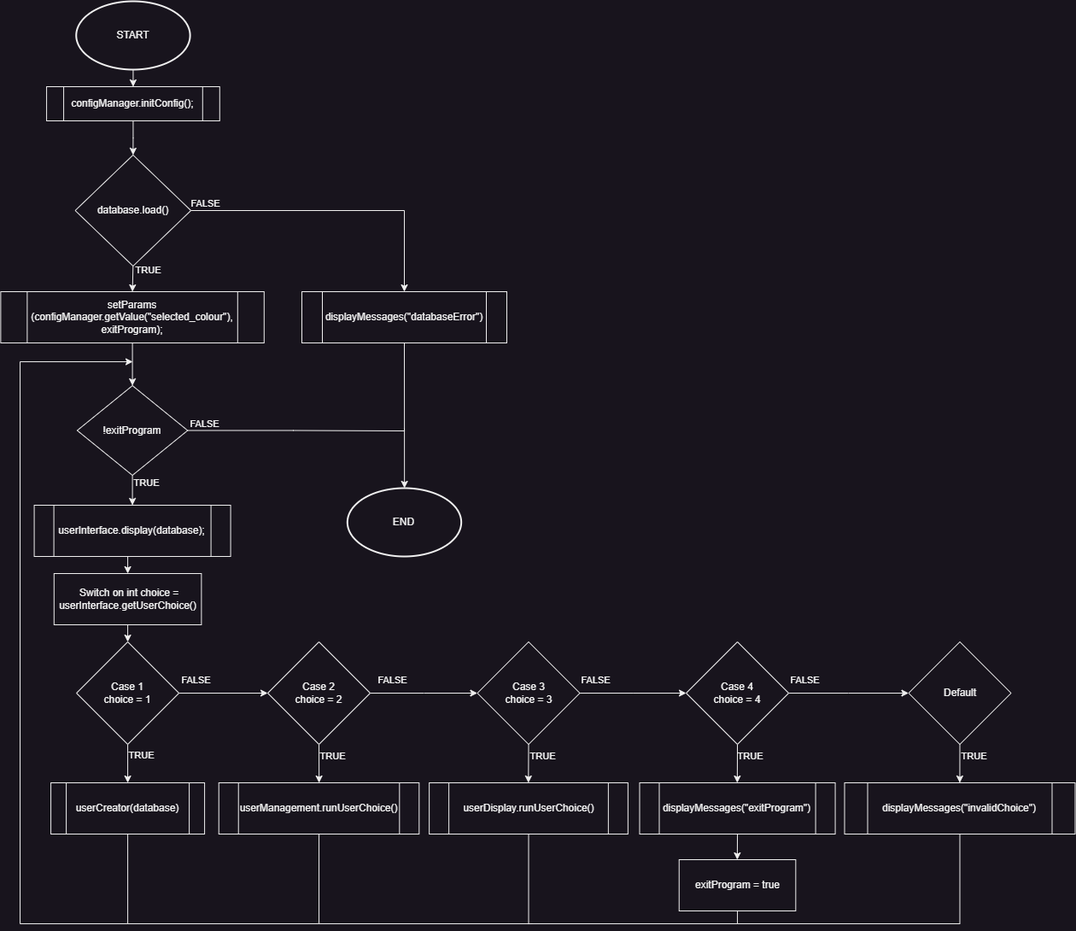
Before: Doc/Block_Schemes/MAIN_DARK.png, a diagram exported from draw.io (HyperekDerg/HiveHub). Source tidied: cells renumbered, new cells last; positions are measured from the earlier drawing's top-left corner, leaving out a move shared by most shapes.
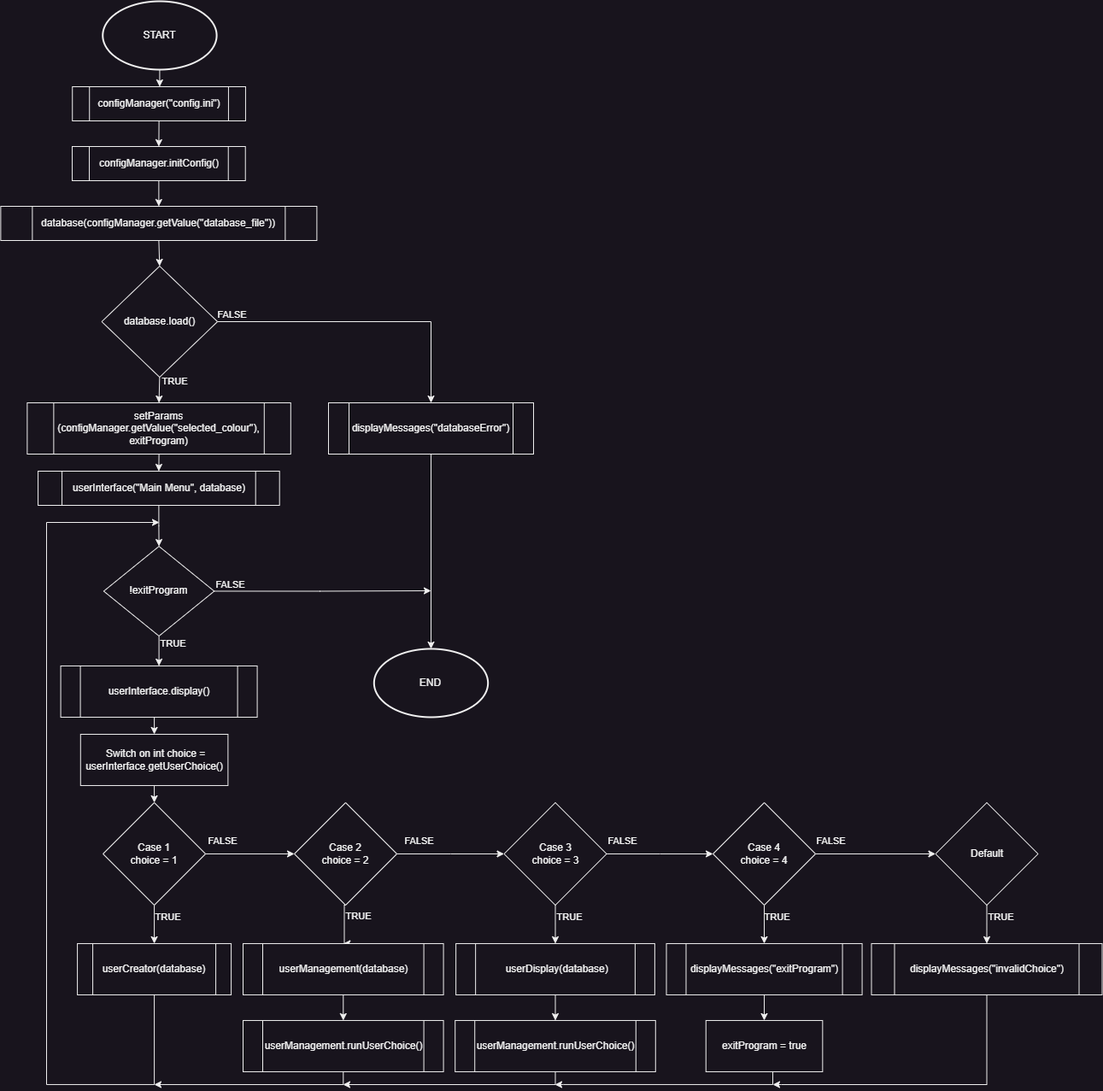
Above is the later version.

Diff of the diagram source:
```diff
@@ -2,17 +2,17 @@
   <root>
     <mxCell id="0" />
     <mxCell id="1" parent="0" />
-    <mxCell id="2" style="edgeStyle=orthogonalEdgeStyle;rounded=0;jettySize=auto;html=1;entryX=0.5;entryY=0;entryDx=0;entryDy=0;" parent="1" edge="1" source="3" target="5">
-      <mxGeometry relative="1" as="geometry" />
-    </mxCell>
+    <mxCell id="60" style="edgeStyle=orthogonalEdgeStyle;rounded=0;jettySize=auto;html=1;exitX=0.5;exitY=1;exitDx=0;exitDy=0;exitPerimeter=0;" parent="1" edge="1" source="3" target="65">
+      <mxGeometry relative="1" as="geometry" />
+    </mxCell>
     <mxCell id="3" value="START" style="strokeWidth=2;html=1;shape=mxgraph.flowchart.start_1;whiteSpace=wrap;" parent="1" vertex="1">
-      <mxGeometry x="88.8" width="133.3" height="80" as="geometry" />
+      <mxGeometry x="88.8" y="-188" width="133.3" height="80" as="geometry" />
     </mxCell>
-    <mxCell id="4" style="edgeStyle=orthogonalEdgeStyle;rounded=0;jettySize=auto;html=1;exitX=0.5;exitY=1;exitDx=0;exitDy=0;entryX=0.5;entryY=0;entryDx=0;entryDy=0;" parent="1" edge="1" source="5" target="10">
-      <mxGeometry relative="1" as="geometry" />
-    </mxCell>
+    <mxCell id="61" style="edgeStyle=orthogonalEdgeStyle;rounded=0;jettySize=auto;html=1;exitX=0.5;exitY=1;exitDx=0;exitDy=0;entryX=0.5;entryY=0;entryDx=0;entryDy=0;" parent="1" edge="1" source="5" target="67">
+      <mxGeometry relative="1" as="geometry" />
+    </mxCell>
-    <mxCell id="5" value="&lt;div&gt;configManager.initConfig();&lt;/div&gt;" style="shape=process;whiteSpace=wrap;html=1;backgroundOutline=1;" parent="1" vertex="1">
-      <mxGeometry x="54.1" y="100" width="202.7" height="40" as="geometry" />
+    <mxCell id="5" value="&lt;div&gt;configManager.initConfig()&lt;/div&gt;" style="shape=process;whiteSpace=wrap;html=1;backgroundOutline=1;" parent="1" vertex="1">
+      <mxGeometry x="53" y="-18" width="202.7" height="40" as="geometry" />
     </mxCell>
     <mxCell id="6" style="edgeStyle=orthogonalEdgeStyle;rounded=0;jettySize=auto;html=1;exitX=1;exitY=0.5;exitDx=0;exitDy=0;entryX=0.5;entryY=0;entryDx=0;entryDy=0;" parent="1" edge="1" source="10" target="11">
       <mxGeometry relative="1" as="geometry" />
@@ -31,14 +31,11 @@
       </mxGeometry>
     </mxCell>
     <mxCell id="10" value="database.load()" style="rhombus;whiteSpace=wrap;html=1;" parent="1" vertex="1">
-      <mxGeometry x="87.6" y="180" width="135.5" height="130" as="geometry" />
+      <mxGeometry x="87.6" y="122" width="135.5" height="130" as="geometry" />
     </mxCell>
     <mxCell id="11" value="displayMessages(&quot;databaseError&quot;)" style="shape=process;whiteSpace=wrap;html=1;backgroundOutline=1;" parent="1" vertex="1">
-      <mxGeometry x="353" y="340" width="240" height="60" as="geometry" />
+      <mxGeometry x="353" y="282" width="240" height="60" as="geometry" />
     </mxCell>
-    <mxCell id="12" style="edgeStyle=orthogonalEdgeStyle;rounded=0;jettySize=auto;html=1;exitX=0.5;exitY=1;exitDx=0;exitDy=0;entryX=0.5;entryY=0;entryDx=0;entryDy=0;" parent="1" edge="1" source="57" target="15">
-      <mxGeometry relative="1" as="geometry" />
-    </mxCell>
     <mxCell id="13" style="edgeStyle=orthogonalEdgeStyle;rounded=0;jettySize=auto;html=1;exitX=0.5;exitY=1;exitDx=0;exitDy=0;entryX=0.5;entryY=0;entryDx=0;entryDy=0;" parent="1" edge="1" source="15" target="17">
       <mxGeometry relative="1" as="geometry" />
     </mxCell>
@@ -53,7 +50,7 @@
     <mxCell id="16" style="edgeStyle=orthogonalEdgeStyle;rounded=0;jettySize=auto;html=1;exitX=0.5;exitY=1;exitDx=0;exitDy=0;entryX=0.5;entryY=0;entryDx=0;entryDy=0;" parent="1" edge="1" source="17" target="19">
       <mxGeometry relative="1" as="geometry" />
     </mxCell>
-    <mxCell id="17" value="userInterface.display(database);" style="shape=process;whiteSpace=wrap;html=1;backgroundOutline=1;" parent="1" vertex="1">
+    <mxCell id="17" value="userInterface.display()" style="shape=process;whiteSpace=wrap;html=1;backgroundOutline=1;" parent="1" vertex="1">
       <mxGeometry x="39.6" y="590" width="230" height="60" as="geometry" />
     </mxCell>
     <mxCell id="18" style="edgeStyle=orthogonalEdgeStyle;rounded=0;jettySize=auto;html=1;exitX=0.5;exitY=1;exitDx=0;exitDy=0;entryX=0.5;entryY=0;entryDx=0;entryDy=0;" parent="1" edge="1" source="19" target="24">
@@ -81,7 +78,7 @@
     <mxCell id="24" value="Case 1&#10;choice = 1" style="rhombus;whiteSpace=wrap;html=1;" parent="1" vertex="1">
       <mxGeometry x="89.1" y="750" width="120" height="120" as="geometry" />
     </mxCell>
-    <mxCell id="25" style="edgeStyle=elbowEdgeStyle;rounded=0;jettySize=auto;html=1;exitX=0.5;exitY=1;exitDx=0;exitDy=0;entryX=0.5;entryY=0;entryDx=0;entryDy=0;" parent="1" edge="1" source="29" target="56">
+    <mxCell id="25" style="edgeStyle=elbowEdgeStyle;rounded=0;jettySize=auto;html=1;exitX=0.5;exitY=1;exitDx=0;exitDy=0;entryX=0.5;entryY=0;entryDx=0;entryDy=0;" parent="1" edge="1" source="29" target="71">
       <mxGeometry relative="1" as="geometry" />
     </mxCell>
     <mxCell id="26" value="TRUE" style="edgeLabel;html=1;align=center;verticalAlign=middle;" parent="25" vertex="1">
@@ -162,16 +159,18 @@
     <mxCell id="44" value="userCreator(database)" style="shape=process;whiteSpace=wrap;html=1;backgroundOutline=1;" parent="1" vertex="1">
       <mxGeometry x="59.1" y="915" width="180" height="60" as="geometry" />
     </mxCell>
-    <mxCell id="45" style="edgeStyle=orthogonalEdgeStyle;rounded=0;jettySize=auto;html=1;exitX=0.5;exitY=1;exitDx=0;exitDy=0;endArrow=none;endFill=0;" parent="1" edge="1" source="46">
+    <mxCell id="45" style="edgeStyle=orthogonalEdgeStyle;rounded=0;jettySize=auto;html=1;exitX=0.5;exitY=1;exitDx=0;exitDy=0;endArrow=classic;endFill=1;" parent="1" edge="1" source="72">
       <mxGeometry relative="1" as="geometry">
-        <mxPoint x="373" y="1080" as="targetPoint" />
+        <mxPoint x="370" y="1080" as="targetPoint" />
         <Array as="points">
           <mxPoint x="619" y="1080" />
-          <mxPoint x="373" y="1080" />
         </Array>
       </mxGeometry>
     </mxCell>
+    <mxCell id="62" style="edgeStyle=orthogonalEdgeStyle;rounded=0;jettySize=auto;html=1;exitX=0.5;exitY=1;exitDx=0;exitDy=0;entryX=0.5;entryY=0;entryDx=0;entryDy=0;" parent="1" edge="1" source="46" target="72">
+      <mxGeometry relative="1" as="geometry" />
+    </mxCell>
-    <mxCell id="46" value="userDisplay.runUserChoice()" style="shape=process;whiteSpace=wrap;html=1;backgroundOutline=1;" parent="1" vertex="1">
+    <mxCell id="46" value="&amp;nbsp;userDisplay(database)" style="shape=process;whiteSpace=wrap;html=1;backgroundOutline=1;" parent="1" vertex="1">
       <mxGeometry x="502.1" y="915" width="232.7" height="60" as="geometry" />
     </mxCell>
     <mxCell id="47" style="edgeStyle=elbowEdgeStyle;rounded=0;jettySize=auto;html=1;exitX=0.5;exitY=1;exitDx=0;exitDy=0;entryX=0.5;entryY=0;entryDx=0;entryDy=0;" parent="1" edge="1" source="48" target="50">
@@ -180,24 +179,25 @@
     <mxCell id="48" value="displayMessages(&quot;exitProgram&quot;)" style="shape=process;whiteSpace=wrap;html=1;backgroundOutline=1;" parent="1" vertex="1">
       <mxGeometry x="748.5" y="915" width="229.1" height="60" as="geometry" />
     </mxCell>
-    <mxCell id="49" style="edgeStyle=orthogonalEdgeStyle;rounded=0;jettySize=auto;html=1;exitX=0.5;exitY=1;exitDx=0;exitDy=0;endArrow=none;endFill=0;" parent="1" edge="1" source="50">
+    <mxCell id="49" style="edgeStyle=orthogonalEdgeStyle;rounded=0;orthogonalLoop=1;jettySize=auto;html=1;exitX=0.5;exitY=1;exitDx=0;exitDy=0;endArrow=classic;endFill=1;" parent="1" edge="1">
       <mxGeometry relative="1" as="geometry">
-        <mxPoint x="623" y="1080" as="targetPoint" />
+        <mxPoint x="873" y="1065" as="sourcePoint" />
+        <mxPoint x="618" y="1080" as="targetPoint" />
         <Array as="points">
-          <mxPoint x="863" y="1080" />
-          <mxPoint x="618" y="1080" />
+          <mxPoint x="873" y="1080" />
+          <mxPoint x="628" y="1080" />
         </Array>
       </mxGeometry>
     </mxCell>
     <mxCell id="50" value="exitProgram = true" style="rounded=0;whiteSpace=wrap;html=1;" parent="1" vertex="1">
       <mxGeometry x="794.7" y="1005" width="136.6" height="60" as="geometry" />
     </mxCell>
-    <mxCell id="51" style="edgeStyle=orthogonalEdgeStyle;rounded=0;jettySize=auto;html=1;exitX=0.5;exitY=1;exitDx=0;exitDy=0;endArrow=none;endFill=0;" parent="1" edge="1" source="52">
+    <mxCell id="51" style="edgeStyle=orthogonalEdgeStyle;rounded=0;jettySize=auto;html=1;exitX=0.5;exitY=1;exitDx=0;exitDy=0;endArrow=classic;endFill=1;" parent="1" edge="1" source="52">
       <mxGeometry relative="1" as="geometry">
-        <mxPoint x="863" y="1080" as="targetPoint" />
+        <mxPoint x="873" y="1080" as="targetPoint" />
         <Array as="points">
           <mxPoint x="1124" y="1080" />
-          <mxPoint x="863" y="1080" />
+          <mxPoint x="883" y="1080" />
         </Array>
       </mxGeometry>
     </mxCell>
@@ -210,24 +210,26 @@
     <mxCell id="54" style="edgeStyle=elbowEdgeStyle;rounded=0;jettySize=auto;html=1;exitX=0.5;exitY=1;exitDx=0;exitDy=0;entryX=0.5;entryY=0;entryDx=0;entryDy=0;entryPerimeter=0;" parent="1" edge="1" source="11" target="53">
       <mxGeometry relative="1" as="geometry" />
     </mxCell>
-    <mxCell id="55" style="edgeStyle=orthogonalEdgeStyle;rounded=0;jettySize=auto;html=1;exitX=0.5;exitY=1;exitDx=0;exitDy=0;endArrow=none;endFill=0;" parent="1" edge="1" source="56">
+    <mxCell id="55" style="edgeStyle=orthogonalEdgeStyle;rounded=0;jettySize=auto;html=1;exitX=0.5;exitY=1;exitDx=0;exitDy=0;endArrow=classic;endFill=1;" parent="1" edge="1" source="56">
       <mxGeometry relative="1" as="geometry">
         <mxPoint x="149" y="1080" as="targetPoint" />
         <Array as="points">
-          <mxPoint x="373" y="1080" />
-          <mxPoint x="149" y="1080" />
+          <mxPoint x="370" y="1080" />
         </Array>
       </mxGeometry>
     </mxCell>
     <mxCell id="56" value="userManagement.runUserChoice()" style="shape=process;whiteSpace=wrap;html=1;backgroundOutline=1;" parent="1" vertex="1">
-      <mxGeometry x="255.7" y="915" width="234.6" height="60" as="geometry" />
+      <mxGeometry x="253" y="1005" width="234.6" height="60" as="geometry" />
     </mxCell>
+    <mxCell id="63" style="edgeStyle=orthogonalEdgeStyle;rounded=0;jettySize=auto;html=1;exitX=0.5;exitY=1;exitDx=0;exitDy=0;entryX=0.5;entryY=0;entryDx=0;entryDy=0;" parent="1" edge="1" source="57" target="69">
+      <mxGeometry relative="1" as="geometry" />
+    </mxCell>
-    <mxCell id="57" value="setParams&lt;br&gt;(configManager.getValue(&quot;selected_colour&quot;), exitProgram);" style="shape=process;whiteSpace=wrap;html=1;backgroundOutline=1;" parent="1" vertex="1">
-      <mxGeometry x="0.4" y="340" width="308.4" height="60" as="geometry" />
+    <mxCell id="57" value="setParams&lt;br&gt;(configManager.getValue(&quot;selected_colour&quot;), exitProgram)" style="shape=process;whiteSpace=wrap;html=1;backgroundOutline=1;" parent="1" vertex="1">
+      <mxGeometry x="0.4" y="282" width="308.4" height="60" as="geometry" />
     </mxCell>
-    <mxCell id="58" style="edgeStyle=orthogonalEdgeStyle;rounded=0;jettySize=auto;html=1;exitX=1;exitY=0.5;exitDx=0;exitDy=0;endArrow=none;endFill=0;" parent="1" edge="1" source="15">
+    <mxCell id="58" style="edgeStyle=orthogonalEdgeStyle;rounded=0;jettySize=auto;html=1;exitX=1;exitY=0.5;exitDx=0;exitDy=0;endArrow=classic;endFill=1;" parent="1" edge="1" source="15">
       <mxGeometry relative="1" as="geometry">
-        <mxPoint x="473" y="500" as="targetPoint" />
+        <mxPoint x="473" y="502" as="targetPoint" />
         <Array as="points">
           <mxPoint x="343" y="503" />
           <mxPoint x="473" y="503" />
@@ -239,5 +241,32 @@
         <mxPoint x="-23" y="-6" as="offset" />
       </mxGeometry>
     </mxCell>
+    <mxCell id="64" style="edgeStyle=orthogonalEdgeStyle;rounded=0;jettySize=auto;html=1;exitX=0.5;exitY=1;exitDx=0;exitDy=0;entryX=0.5;entryY=0;entryDx=0;entryDy=0;" parent="1" edge="1" source="65" target="5">
+      <mxGeometry relative="1" as="geometry" />
+    </mxCell>
+    <mxCell id="65" value="&lt;div&gt;configManager(&quot;config.ini&quot;)&lt;/div&gt;" style="shape=process;whiteSpace=wrap;html=1;backgroundOutline=1;" parent="1" vertex="1">
+      <mxGeometry x="53.2" y="-88" width="202.7" height="40" as="geometry" />
+    </mxCell>
+    <mxCell id="66" style="edgeStyle=orthogonalEdgeStyle;rounded=0;jettySize=auto;html=1;exitX=0.5;exitY=1;exitDx=0;exitDy=0;entryX=0.5;entryY=0;entryDx=0;entryDy=0;" parent="1" edge="1" source="67" target="10">
+      <mxGeometry relative="1" as="geometry" />
+    </mxCell>
+    <mxCell id="67" value="&lt;div&gt;database(configManager.getValue(&quot;database_file&quot;))&lt;/div&gt;" style="shape=process;whiteSpace=wrap;html=1;backgroundOutline=1;" parent="1" vertex="1">
+      <mxGeometry x="-30.6" y="52" width="370" height="40" as="geometry" />
+    </mxCell>
+    <mxCell id="68" style="edgeStyle=orthogonalEdgeStyle;rounded=0;jettySize=auto;html=1;exitX=0.5;exitY=1;exitDx=0;exitDy=0;entryX=0.5;entryY=0;entryDx=0;entryDy=0;" parent="1" edge="1" source="69" target="15">
+      <mxGeometry relative="1" as="geometry" />
+    </mxCell>
+    <mxCell id="69" value="userInterface(&quot;Main Menu&quot;, database)" style="shape=process;whiteSpace=wrap;html=1;backgroundOutline=1;" parent="1" vertex="1">
+      <mxGeometry x="13.1" y="362" width="282.6" height="40" as="geometry" />
+    </mxCell>
+    <mxCell id="70" style="edgeStyle=orthogonalEdgeStyle;rounded=0;jettySize=auto;html=1;exitX=0.5;exitY=1;exitDx=0;exitDy=0;entryX=0.5;entryY=0;entryDx=0;entryDy=0;" parent="1" edge="1" source="71" target="56">
+      <mxGeometry relative="1" as="geometry" />
+    </mxCell>
+    <mxCell id="71" value="userManagement(database)" style="shape=process;whiteSpace=wrap;html=1;backgroundOutline=1;" parent="1" vertex="1">
+      <mxGeometry x="253" y="915" width="234.6" height="60" as="geometry" />
+    </mxCell>
+    <mxCell id="72" value="userManagement.runUserChoice()" style="shape=process;whiteSpace=wrap;html=1;backgroundOutline=1;" parent="1" vertex="1">
+      <mxGeometry x="501.2" y="1005" width="234.6" height="60" as="geometry" />
+    </mxCell>
   </root>
 </mxGraphModel>
```
